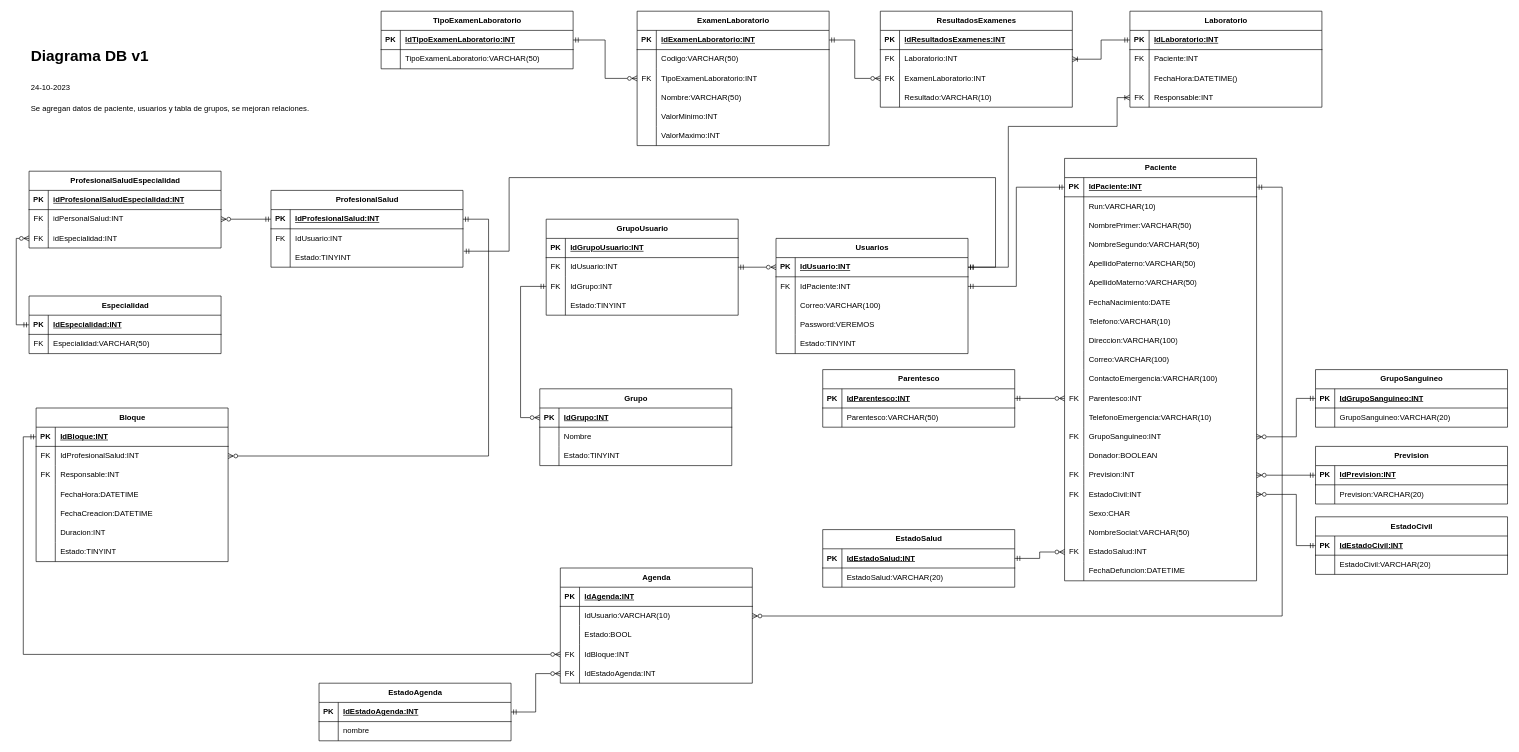
Before: DiagramaDB.drawio in JonaNomas/his-diagram, a draw.io diagram. Source tidied: cells renumbered, new cells numbered last; positions are measured from the earlier drawing's top-left corner, leaving out a move shared by most shapes. Both pictures are drawn from the tidied source at 64%, with x=0, y=0 at pixel (28, 11).
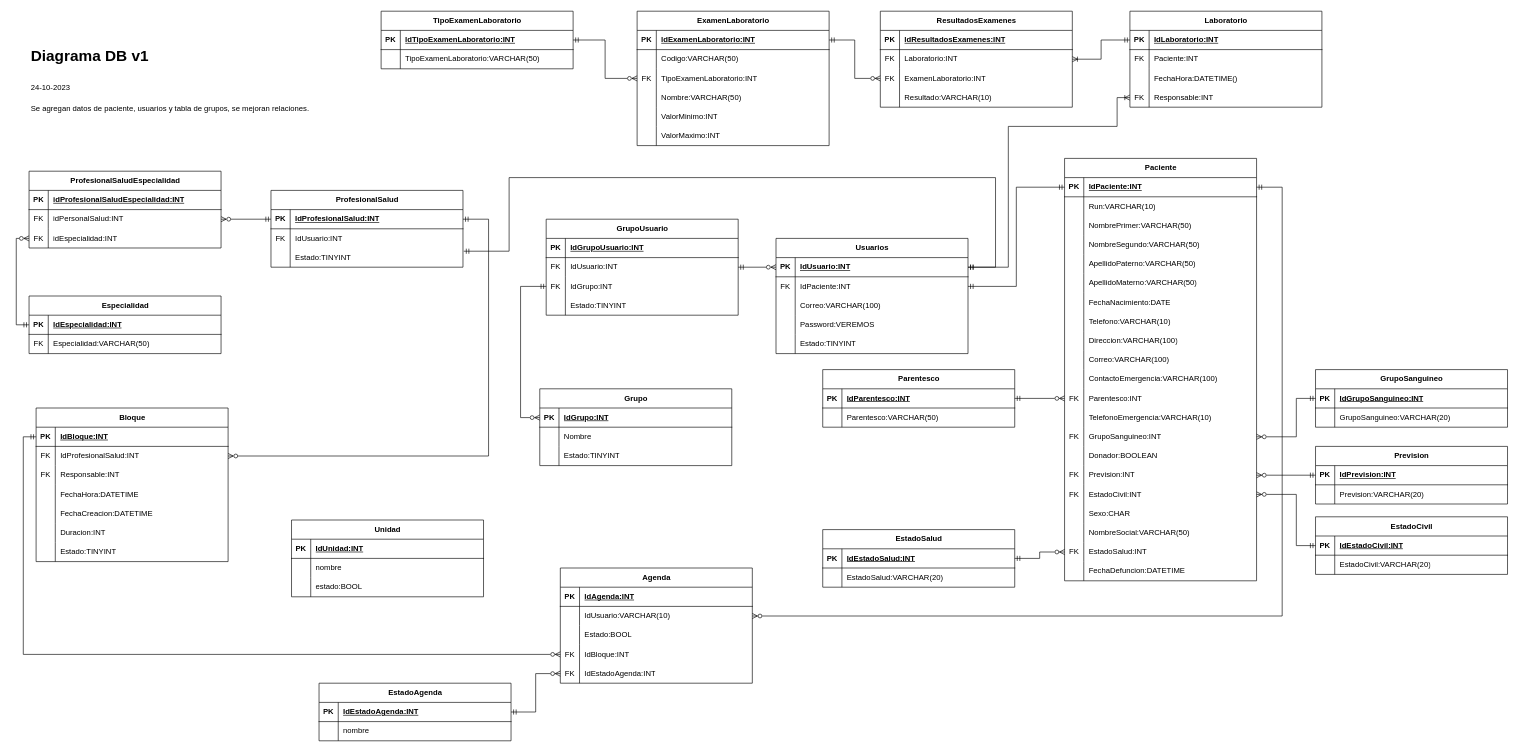
After the change.

What changed in the source:
```diff
@@
+    <mxCell id="285" value="Unidad" style="shape=table;startSize=30;childLayout=tableLayout;rowLines=0;fontStyle=1;align=center;html=1;" parent="1" vertex="1">
+      <mxGeometry x="412" y="795" width="300" height="120" as="geometry" />
+    </mxCell>
+    <mxCell id="286" style="shape=tableRow;horizontal=0;startSize=0;swimlaneHead=0;swimlaneBody=0;fillColor=none;top=0;left=0;right=0;bottom=1;" parent="285" vertex="1">
+      <mxGeometry y="30" width="300" height="30" as="geometry" />
+    </mxCell>
+    <mxCell id="287" value="PK" style="shape=partialRectangle;fillColor=none;top=0;left=0;bottom=0;right=0;fontStyle=1;overflow=hidden;whiteSpace=wrap;html=1;" parent="286" vertex="1">
+      <mxGeometry width="30" height="30" as="geometry" />
+    </mxCell>
+    <mxCell id="288" value="IdUnidad:INT" style="shape=partialRectangle;fillColor=none;top=0;left=0;bottom=0;right=0;align=left;spacingLeft=6;fontStyle=5;overflow=hidden;whiteSpace=wrap;html=1;" parent="286" vertex="1">
+      <mxGeometry x="30" width="270" height="30" as="geometry" />
+    </mxCell>
+    <mxCell id="289" style="shape=tableRow;horizontal=0;startSize=0;swimlaneHead=0;swimlaneBody=0;fillColor=none;top=0;left=0;right=0;bottom=0;" parent="285" vertex="1">
+      <mxGeometry y="60" width="300" height="30" as="geometry" />
+    </mxCell>
+    <mxCell id="290" style="shape=partialRectangle;fillColor=none;top=0;left=0;bottom=0;right=0;overflow=hidden;whiteSpace=wrap;html=1;" parent="289" vertex="1">
+      <mxGeometry width="30" height="30" as="geometry" />
+    </mxCell>
+    <mxCell id="291" value="nombre" style="shape=partialRectangle;fillColor=none;top=0;left=0;bottom=0;right=0;align=left;spacingLeft=6;overflow=hidden;whiteSpace=wrap;html=1;" parent="289" vertex="1">
+      <mxGeometry x="30" width="270" height="30" as="geometry" />
+    </mxCell>
+    <mxCell id="292" style="shape=tableRow;horizontal=0;startSize=0;swimlaneHead=0;swimlaneBody=0;fillColor=none;top=0;left=0;right=0;bottom=0;" parent="285" vertex="1">
+      <mxGeometry y="90" width="300" height="30" as="geometry" />
+    </mxCell>
+    <mxCell id="293" style="shape=partialRectangle;fillColor=none;top=0;left=0;bottom=0;right=0;overflow=hidden;whiteSpace=wrap;html=1;" parent="292" vertex="1">
+      <mxGeometry width="30" height="30" as="geometry" />
+    </mxCell>
+    <mxCell id="294" value="estado:BOOL" style="shape=partialRectangle;fillColor=none;top=0;left=0;bottom=0;right=0;align=left;spacingLeft=6;overflow=hidden;whiteSpace=wrap;html=1;" parent="292" vertex="1">
+      <mxGeometry x="30" width="270" height="30" as="geometry" />
+    </mxCell>
```
